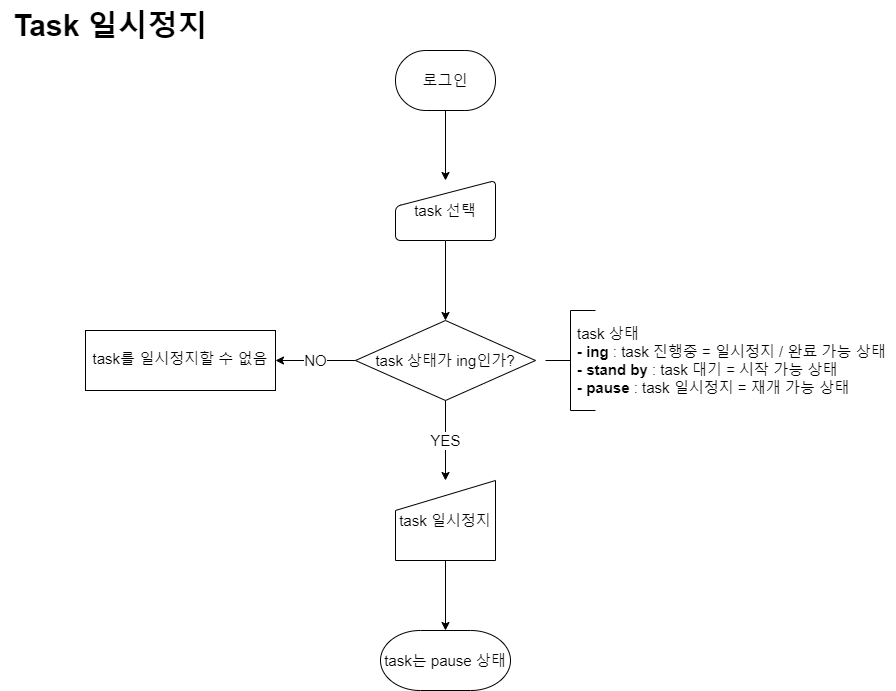
This is timetodo-flowchart/pausing task.png from MEOHIN/todo-pe, a draw.io export, as it was before one commit. Source tidied: cells renumbered, new cells last; positions are measured from the earlier drawing's top-left corner, leaving out a move shared by most shapes.
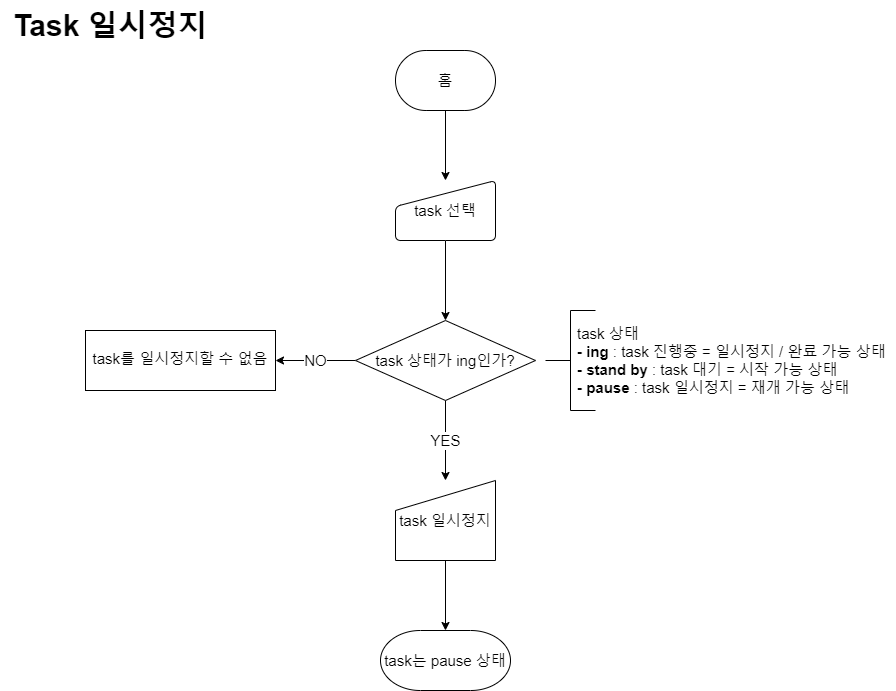
The same file after the commit.

The edit, as a diff of the source:
```diff
@@ -12,7 +12,7 @@
         <mxPoint x="445" y="240" as="sourcePoint" />
       </mxGeometry>
     </mxCell>
-    <mxCell id="4" value="로그인" style="strokeWidth=1;html=1;shape=mxgraph.flowchart.terminator;whiteSpace=wrap;fontSize=15;" parent="1" vertex="1">
+    <mxCell id="4" value="홈" style="strokeWidth=1;html=1;shape=mxgraph.flowchart.terminator;whiteSpace=wrap;fontSize=15;" parent="1" vertex="1">
       <mxGeometry x="395" y="50" width="100" height="60" as="geometry" />
     </mxCell>
     <mxCell id="5" style="edgeStyle=orthogonalEdgeStyle;rounded=0;jettySize=auto;html=1;fontSize=15;" parent="1" edge="1" source="6" target="7">
```
